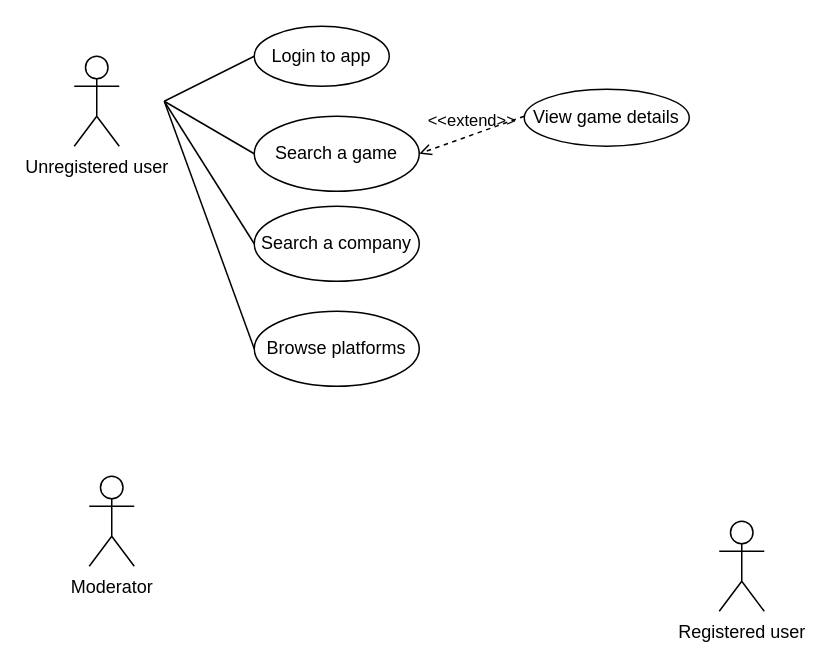
This is UML diagrams/UML use case diagram.drawio from lorenzoceccanti/pixelindex, a draw.io file, before an edit. Source tidied: cells renumbered, new cells numbered last; positions are measured from the earlier drawing's top-left corner, leaving out a move shared by most shapes. Both pictures are drawn from the tidied source at 150%, with x=0, y=0 at pixel (74, 26).
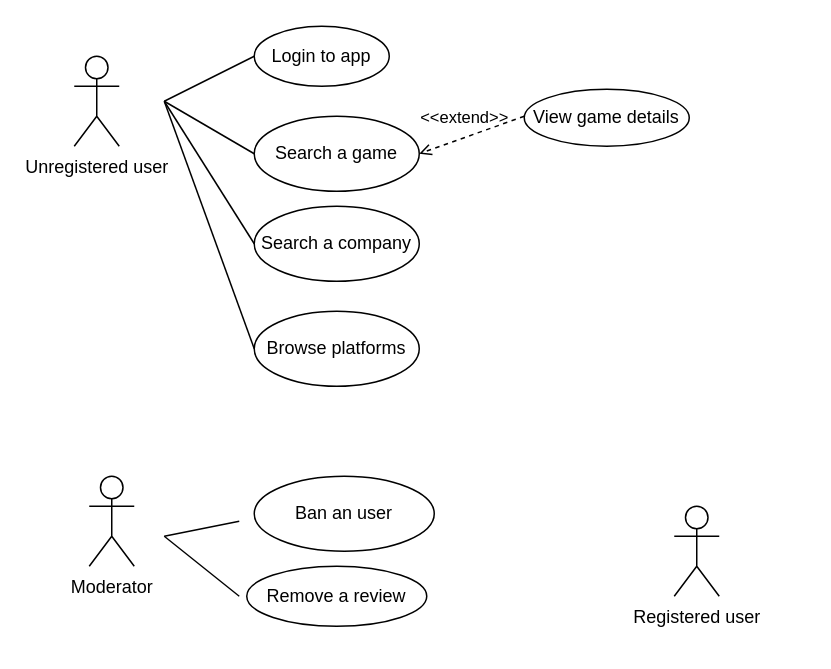
After the change.

Unchanged cells that the change refers to:
```xml
<mxCell id="8" value="Search a game" style="ellipse;whiteSpace=wrap;html=1;" parent="1" vertex="1">
  <mxGeometry x="120" y="60" width="110" height="50" as="geometry" />
</mxCell>
```

The edit, as a diff of the source:
```diff
@@
     <mxCell id="2" value="Registered user" style="shape=umlActor;verticalLabelPosition=bottom;verticalAlign=top;html=1;" parent="1" vertex="1">
-      <mxGeometry x="430" y="330" width="30" height="60" as="geometry" />
+      <mxGeometry x="400" y="320" width="30" height="60" as="geometry" />
     </mxCell>
@@
     <mxCell id="13" value="&amp;lt;&amp;lt;extend&amp;gt;&amp;gt;" style="html=1;verticalAlign=bottom;labelBackgroundColor=none;endArrow=open;endFill=0;dashed=1;rounded=0;entryX=1;entryY=0.5;entryDx=0;entryDy=0;" parent="1" edge="1" target="8">
-      <mxGeometry relative="1" as="geometry">
+      <mxGeometry x="0.1" y="-4" relative="1" as="geometry">
         <mxPoint x="300" y="60" as="sourcePoint" />
       </mxGeometry>
     </mxCell>
@@
+    <mxCell id="15" style="endArrow=none;html=1;rounded=0;" parent="1" edge="1">
+      <mxGeometry relative="1" as="geometry">
+        <mxPoint x="60" y="340" as="sourcePoint" />
+        <mxPoint x="110" y="330" as="targetPoint" />
+      </mxGeometry>
+    </mxCell>
+    <mxCell id="16" value="Ban an user" style="ellipse;whiteSpace=wrap;html=1;" parent="1" vertex="1">
+      <mxGeometry x="120" y="300" width="120" height="50" as="geometry" />
+    </mxCell>
+    <mxCell id="17" style="endArrow=none;html=1;rounded=0;" parent="1" edge="1">
+      <mxGeometry relative="1" as="geometry">
+        <mxPoint x="60" y="340" as="sourcePoint" />
+        <mxPoint x="110" y="380" as="targetPoint" />
+      </mxGeometry>
+    </mxCell>
+    <mxCell id="18" value="Remove a review" style="ellipse;whiteSpace=wrap;html=1;" parent="1" vertex="1">
+      <mxGeometry x="115" y="360" width="120" height="40" as="geometry" />
+    </mxCell>
```
